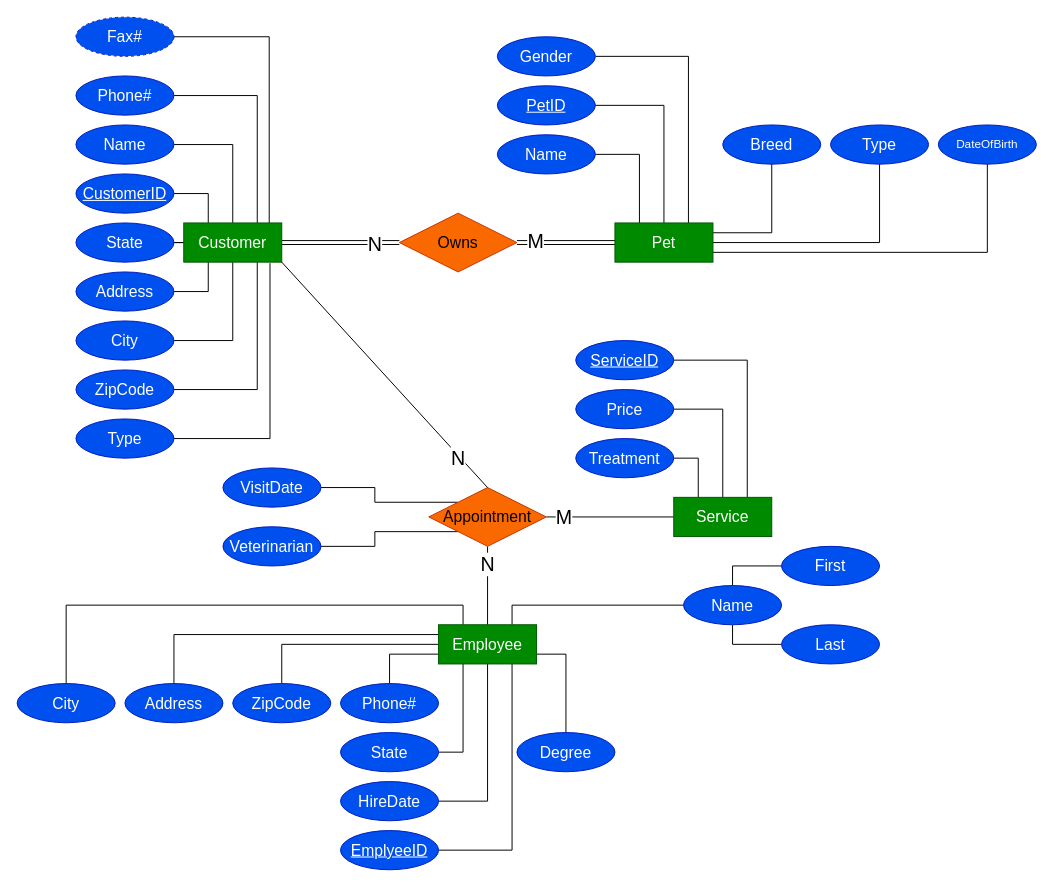
Earlier version of the draw.io diagram labb_2/labb2_ER.drawio (gunnarlandstrom1337/databas_modellering). Source tidied: cells renumbered, new cells numbered last; positions are measured from the earlier drawing's top-left corner, leaving out a move shared by most shapes. Both pictures are drawn from the tidied source at 98%, with x=0, y=0 at pixel (17, 17).
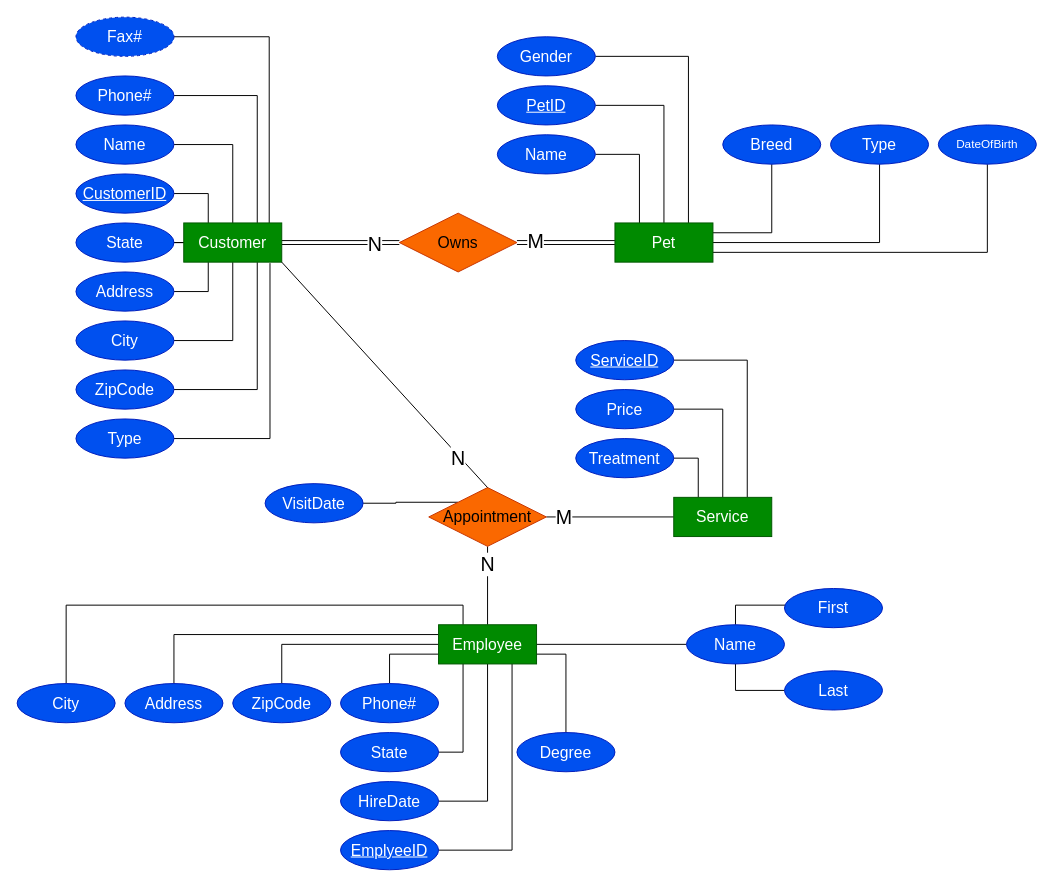
The same diagram, later.

Unchanged cells that the change refers to:
```xml
<mxCell id="44" value="&lt;font style=&quot;font-size: 16px;&quot;&gt;Appointment&lt;/font&gt;" style="shape=rhombus;perimeter=rhombusPerimeter;whiteSpace=wrap;html=1;align=center;fillColor=#fa6800;fontColor=#000000;strokeColor=#C73500;" parent="1" vertex="1">
  <mxGeometry x="420" y="480" width="120" height="60" as="geometry" />
</mxCell>
<mxCell id="63" value="&lt;font style=&quot;font-size: 16px;&quot;&gt;Employee&lt;/font&gt;" style="whiteSpace=wrap;html=1;align=center;fillColor=#008a00;fontColor=#ffffff;strokeColor=#005700;" parent="1" vertex="1">
  <mxGeometry x="430" y="620" width="100" height="40" as="geometry" />
</mxCell>
```

Diff of the diagram source:
```diff
@@
-    <mxCell id="42" style="edgeStyle=orthogonalEdgeStyle;rounded=0;jettySize=auto;html=1;exitX=0;exitY=1;exitDx=0;exitDy=0;entryX=1;entryY=0.5;entryDx=0;entryDy=0;endArrow=none;endFill=0;" parent="1" edge="1" source="44" target="65">
-      <mxGeometry relative="1" as="geometry" />
-    </mxCell>
@@
-    <mxCell id="61" style="edgeStyle=orthogonalEdgeStyle;rounded=0;jettySize=auto;html=1;exitX=0.75;exitY=0;exitDx=0;exitDy=0;entryX=0;entryY=0.5;entryDx=0;entryDy=0;endArrow=none;endFill=0;" parent="1" edge="1" source="63" target="73">
+    <mxCell id="61" style="edgeStyle=orthogonalEdgeStyle;rounded=0;jettySize=auto;html=1;exitX=1;exitY=0.5;exitDx=0;exitDy=0;entryX=0;entryY=0.5;entryDx=0;entryDy=0;endArrow=none;endFill=0;" parent="1" edge="1" source="63" target="73">
       <mxGeometry relative="1" as="geometry" />
     </mxCell>
@@
     <mxCell id="64" value="&lt;font style=&quot;font-size: 16px;&quot;&gt;VisitDate&lt;/font&gt;" style="ellipse;whiteSpace=wrap;html=1;align=center;fillColor=#0050ef;fontColor=#ffffff;strokeColor=#001DBC;" parent="1" vertex="1">
-      <mxGeometry x="210" y="460" width="100" height="40" as="geometry" />
+      <mxGeometry x="253" y="476" width="100" height="40" as="geometry" />
     </mxCell>
-    <mxCell id="65" value="&lt;font style=&quot;font-size: 16px;&quot;&gt;Veterinarian&lt;/font&gt;" style="ellipse;whiteSpace=wrap;html=1;align=center;fillColor=#0050ef;fontColor=#ffffff;strokeColor=#001DBC;" parent="1" vertex="1">
-      <mxGeometry x="210" y="520" width="100" height="40" as="geometry" />
-    </mxCell>
@@
     <mxCell id="73" value="&lt;font style=&quot;font-size: 16px;&quot;&gt;Name&lt;/font&gt;" style="ellipse;whiteSpace=wrap;html=1;align=center;fillColor=#0050ef;fontColor=#ffffff;strokeColor=#001DBC;" parent="1" vertex="1">
-      <mxGeometry x="680" y="580" width="100" height="40" as="geometry" />
+      <mxGeometry x="683" y="620" width="100" height="40" as="geometry" />
     </mxCell>
@@
     <mxCell id="76" value="&lt;font style=&quot;font-size: 16px;&quot;&gt;First&lt;/font&gt;" style="ellipse;whiteSpace=wrap;html=1;align=center;fillColor=#0050ef;fontColor=#ffffff;strokeColor=#001DBC;" parent="1" vertex="1">
-      <mxGeometry x="780" y="540" width="100" height="40" as="geometry" />
+      <mxGeometry x="783" y="583" width="100" height="40" as="geometry" />
     </mxCell>
     <mxCell id="77" value="&lt;font style=&quot;font-size: 16px;&quot;&gt;Last&lt;/font&gt;" style="ellipse;whiteSpace=wrap;html=1;align=center;fillColor=#0050ef;fontColor=#ffffff;strokeColor=#001DBC;" parent="1" vertex="1">
-      <mxGeometry x="780" y="620" width="100" height="40" as="geometry" />
+      <mxGeometry x="783" y="667" width="100" height="40" as="geometry" />
     </mxCell>
```
